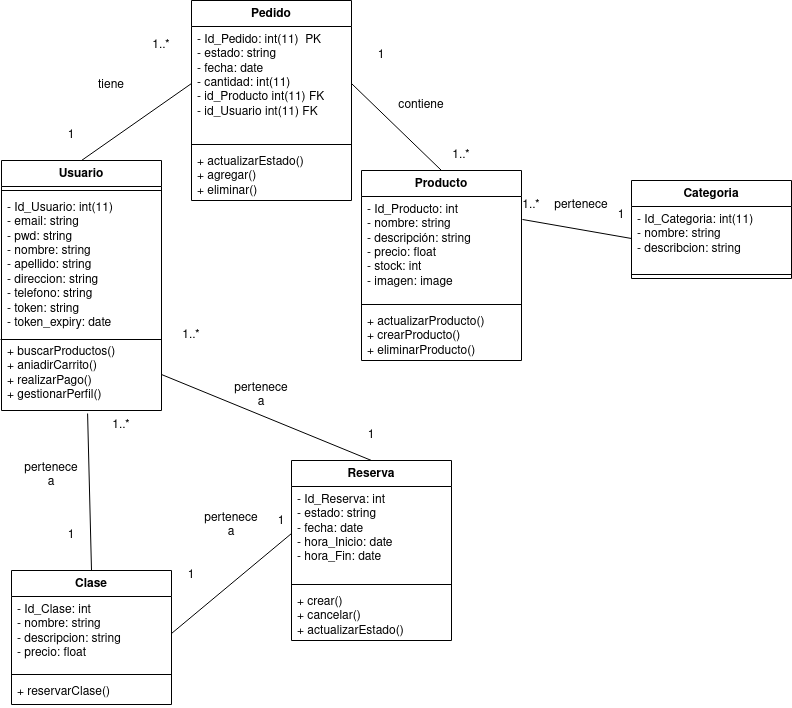
Earlier version of the draw.io export Diagrama_clases.png (OscarELCRACK17/imagen). Source tidied: cells renumbered, new cells last; positions are measured from the earlier drawing's top-left corner, leaving out a move shared by most shapes.
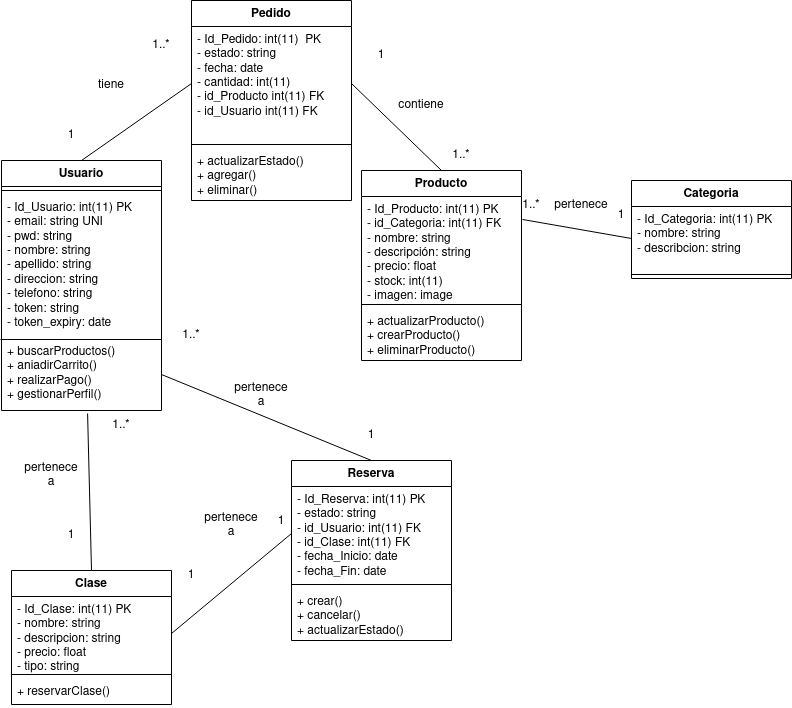
Later version of the same file.

Change to the diagram source:
```diff
@@ -8,7 +8,7 @@
     <mxCell id="3" style="line;strokeWidth=1;fillColor=none;align=left;verticalAlign=middle;spacingTop=-1;spacingLeft=3;spacingRight=3;labelPosition=right;strokeColor=inherit;" parent="2" vertex="1">
       <mxGeometry y="26" width="160" height="8" as="geometry" />
     </mxCell>
-    <mxCell id="4" value="- Id_Usuario: int(11)&lt;br&gt;- email: string&lt;br&gt;- pwd: string&lt;br&gt;&lt;div&gt;- nombre: string&lt;/div&gt;&lt;div&gt;- apellido: string&lt;/div&gt;&lt;div&gt;- direccion: string&lt;/div&gt;&lt;div&gt;- telefono: string&lt;/div&gt;&lt;div&gt;- token: string&lt;/div&gt;&lt;div&gt;- token_expiry: date&lt;br&gt;&lt;/div&gt;" style="text;strokeColor=none;fillColor=none;align=left;verticalAlign=top;spacingLeft=4;spacingRight=4;overflow=hidden;whiteSpace=wrap;html=1;" parent="2" vertex="1">
+    <mxCell id="4" value="- Id_Usuario: int(11) PK&lt;br&gt;- email: string UNI &amp;nbsp; &lt;br&gt;- pwd: string&lt;br&gt;&lt;div&gt;- nombre: string&lt;/div&gt;&lt;div&gt;- apellido: string&lt;/div&gt;&lt;div&gt;- direccion: string&lt;/div&gt;&lt;div&gt;- telefono: string&lt;/div&gt;&lt;div&gt;- token: string&lt;/div&gt;&lt;div&gt;- token_expiry: date&lt;br&gt;&lt;/div&gt;" style="text;strokeColor=none;fillColor=none;align=left;verticalAlign=top;spacingLeft=4;spacingRight=4;overflow=hidden;whiteSpace=wrap;html=1;" parent="2" vertex="1">
       <mxGeometry y="34" width="160" height="144" as="geometry" />
     </mxCell>
     <mxCell id="5" value="+ buscarProductos()&lt;br&gt;+ aniadirCarrito()&lt;br&gt;+ realizarPago()&lt;br&gt;+ gestionarPerfil()" style="text;strokeColor=none;fillColor=none;align=left;verticalAlign=top;spacingLeft=4;spacingRight=4;overflow=hidden;points=[[0,0.5],[1,0.5]];portConstraint=eastwest;whiteSpace=wrap;html=1;" parent="2" vertex="1">
@@ -32,7 +32,7 @@
     <mxCell id="11" value="Clase" style="swimlane;fontStyle=1;align=center;verticalAlign=top;horizontal=1;startSize=26;whiteSpace=wrap;html=1;" parent="1" vertex="1">
       <mxGeometry x="10" y="570" width="160" height="134" as="geometry" />
     </mxCell>
-    <mxCell id="12" value="- Id_Clase: int&lt;br&gt;- nombre: string&lt;br&gt;- descripcion: string&lt;br&gt;- precio: float" style="text;strokeColor=none;fillColor=none;align=left;verticalAlign=top;spacingLeft=4;spacingRight=4;overflow=hidden;points=[[0,0.5],[1,0.5]];portConstraint=eastwest;whiteSpace=wrap;html=1;" parent="11" vertex="1">
+    <mxCell id="12" value="- Id_Clase: int(11) PK&lt;br&gt;- nombre: string&lt;br&gt;- descripcion: string&lt;br&gt;&lt;div&gt;- precio: float&lt;/div&gt;&lt;div&gt;- tipo: string&lt;br&gt;&lt;/div&gt;" style="text;strokeColor=none;fillColor=none;align=left;verticalAlign=top;spacingLeft=4;spacingRight=4;overflow=hidden;points=[[0,0.5],[1,0.5]];portConstraint=eastwest;whiteSpace=wrap;html=1;" parent="11" vertex="1">
       <mxGeometry y="26" width="160" height="74" as="geometry" />
     </mxCell>
     <mxCell id="13" style="line;strokeWidth=1;fillColor=none;align=left;verticalAlign=middle;spacingTop=-1;spacingLeft=3;spacingRight=3;labelPosition=right;strokeColor=inherit;" parent="11" vertex="1">
@@ -44,7 +44,7 @@
     <mxCell id="15" value="Producto" style="swimlane;fontStyle=1;align=center;verticalAlign=top;horizontal=1;startSize=26;whiteSpace=wrap;html=1;" parent="1" vertex="1">
       <mxGeometry x="360" y="170" width="160" height="190" as="geometry" />
     </mxCell>
-    <mxCell id="16" value="- Id_Producto: int&lt;br&gt;- nombre: string&lt;br&gt;- descripción: string&lt;br&gt;- precio: float&lt;br&gt;- stock: int&lt;br&gt;- imagen: image" style="text;strokeColor=none;fillColor=none;align=left;verticalAlign=top;spacingLeft=4;spacingRight=4;overflow=hidden;points=[[0,0.5],[1,0.5]];portConstraint=eastwest;whiteSpace=wrap;html=1;" parent="15" vertex="1">
+    <mxCell id="16" value="&lt;div&gt;- Id_Producto: int(11) PK&lt;/div&gt;&lt;div&gt;- id_Categoria: int(11) FK&lt;br&gt;&lt;/div&gt;- nombre: string&lt;br&gt;- descripción: string&lt;br&gt;- precio: float&lt;br&gt;- stock: int(11)&lt;br&gt;- imagen: image" style="text;strokeColor=none;fillColor=none;align=left;verticalAlign=top;spacingLeft=4;spacingRight=4;overflow=hidden;points=[[0,0.5],[1,0.5]];portConstraint=eastwest;whiteSpace=wrap;html=1;" parent="15" vertex="1">
       <mxGeometry y="26" width="160" height="104" as="geometry" />
     </mxCell>
     <mxCell id="17" style="line;strokeWidth=1;fillColor=none;align=left;verticalAlign=middle;spacingTop=-1;spacingLeft=3;spacingRight=3;labelPosition=right;strokeColor=inherit;" parent="15" vertex="1">
@@ -56,7 +56,7 @@
     <mxCell id="19" value="Reserva" style="swimlane;fontStyle=1;align=center;verticalAlign=top;horizontal=1;startSize=26;whiteSpace=wrap;html=1;" parent="1" vertex="1">
       <mxGeometry x="290" y="460" width="160" height="180" as="geometry" />
     </mxCell>
-    <mxCell id="20" value="- Id_Reserva: int&lt;br&gt;- estado: string&lt;br&gt;- fecha: date&lt;br&gt;- hora_Inicio: date&lt;br&gt;- hora_Fin: date" style="text;strokeColor=none;fillColor=none;align=left;verticalAlign=top;spacingLeft=4;spacingRight=4;overflow=hidden;points=[[0,0.5],[1,0.5]];portConstraint=eastwest;whiteSpace=wrap;html=1;" parent="19" vertex="1">
+    <mxCell id="20" value="- Id_Reserva: int(11) PK&lt;br&gt;- estado: string&lt;br&gt;&lt;div&gt;- id_Usuario: int(11) FK&lt;/div&gt;&lt;div&gt;- id_Clase: int(11) FK&lt;br&gt;&lt;/div&gt;- fecha_Inicio: date&lt;br&gt;- fecha_Fin: date" style="text;strokeColor=none;fillColor=none;align=left;verticalAlign=top;spacingLeft=4;spacingRight=4;overflow=hidden;points=[[0,0.5],[1,0.5]];portConstraint=eastwest;whiteSpace=wrap;html=1;" parent="19" vertex="1">
       <mxGeometry y="26" width="160" height="94" as="geometry" />
     </mxCell>
     <mxCell id="21" style="line;strokeWidth=1;fillColor=none;align=left;verticalAlign=middle;spacingTop=-1;spacingLeft=3;spacingRight=3;labelPosition=right;strokeColor=inherit;" parent="19" vertex="1">
@@ -68,7 +68,7 @@
     <mxCell id="23" value="Categoria" style="swimlane;fontStyle=1;align=center;verticalAlign=top;horizontal=1;startSize=26;whiteSpace=wrap;html=1;" parent="1" vertex="1">
       <mxGeometry x="630" y="180" width="160" height="98" as="geometry" />
     </mxCell>
-    <mxCell id="24" value="- Id_Categoria: int(11)&lt;br&gt;&lt;div&gt;- nombre: string&lt;/div&gt;&lt;div&gt;- describcion: string&lt;br&gt;&lt;/div&gt;" style="text;strokeColor=none;fillColor=none;align=left;verticalAlign=top;spacingLeft=4;spacingRight=4;overflow=hidden;points=[[0,0.5],[1,0.5]];portConstraint=eastwest;whiteSpace=wrap;html=1;" parent="23" vertex="1">
+    <mxCell id="24" value="- Id_Categoria: int(11) PK&lt;br&gt;&lt;div&gt;- nombre: string&lt;/div&gt;&lt;div&gt;- describcion: string&lt;br&gt;&lt;/div&gt;" style="text;strokeColor=none;fillColor=none;align=left;verticalAlign=top;spacingLeft=4;spacingRight=4;overflow=hidden;points=[[0,0.5],[1,0.5]];portConstraint=eastwest;whiteSpace=wrap;html=1;" parent="23" vertex="1">
       <mxGeometry y="26" width="160" height="64" as="geometry" />
     </mxCell>
     <mxCell id="25" style="line;strokeWidth=1;fillColor=none;align=left;verticalAlign=middle;spacingTop=-1;spacingLeft=3;spacingRight=3;labelPosition=right;strokeColor=inherit;" parent="23" vertex="1">
```
